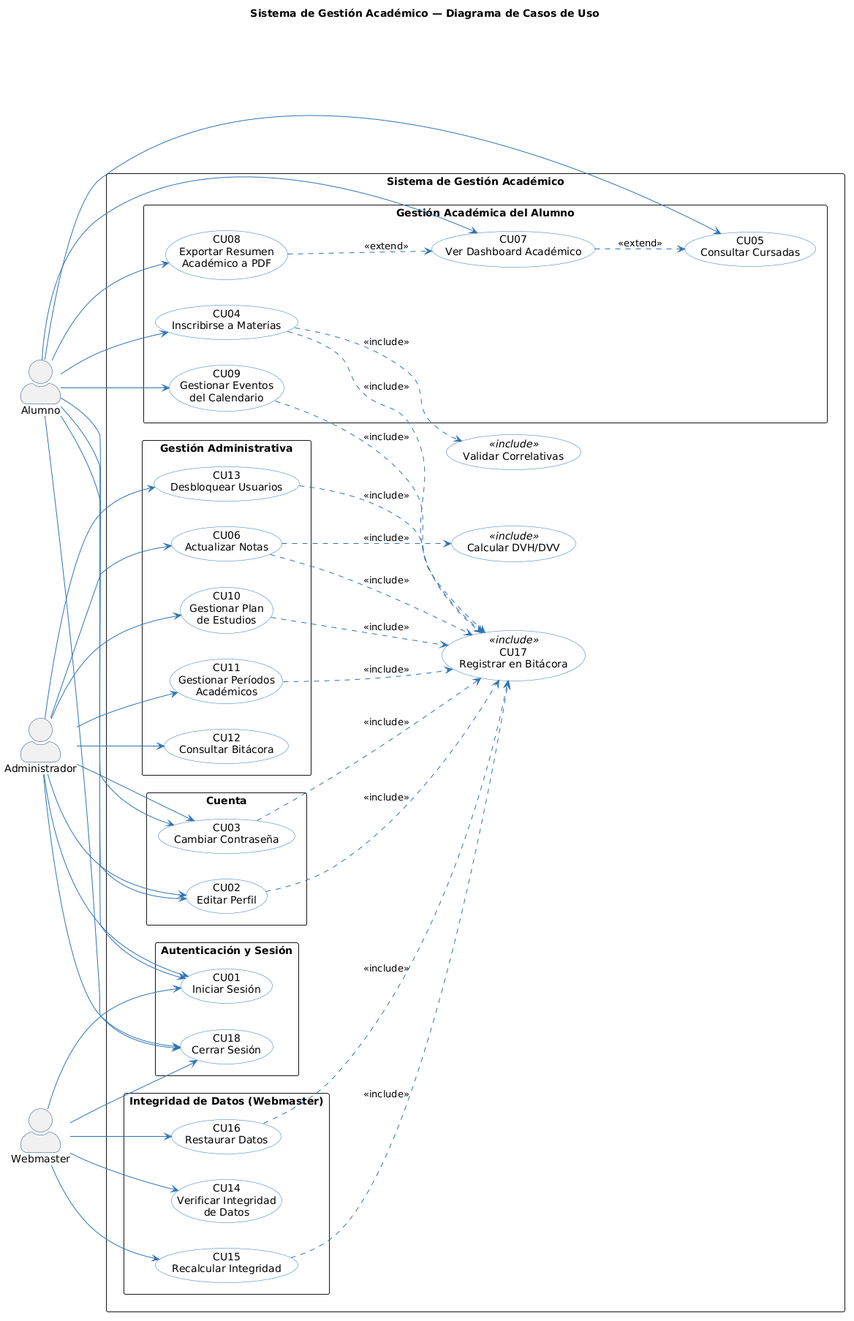
Earlier version of the PlantUML export DIAGRAMAS/CasosDeUso.png (Urrels/tpDYAWeb).
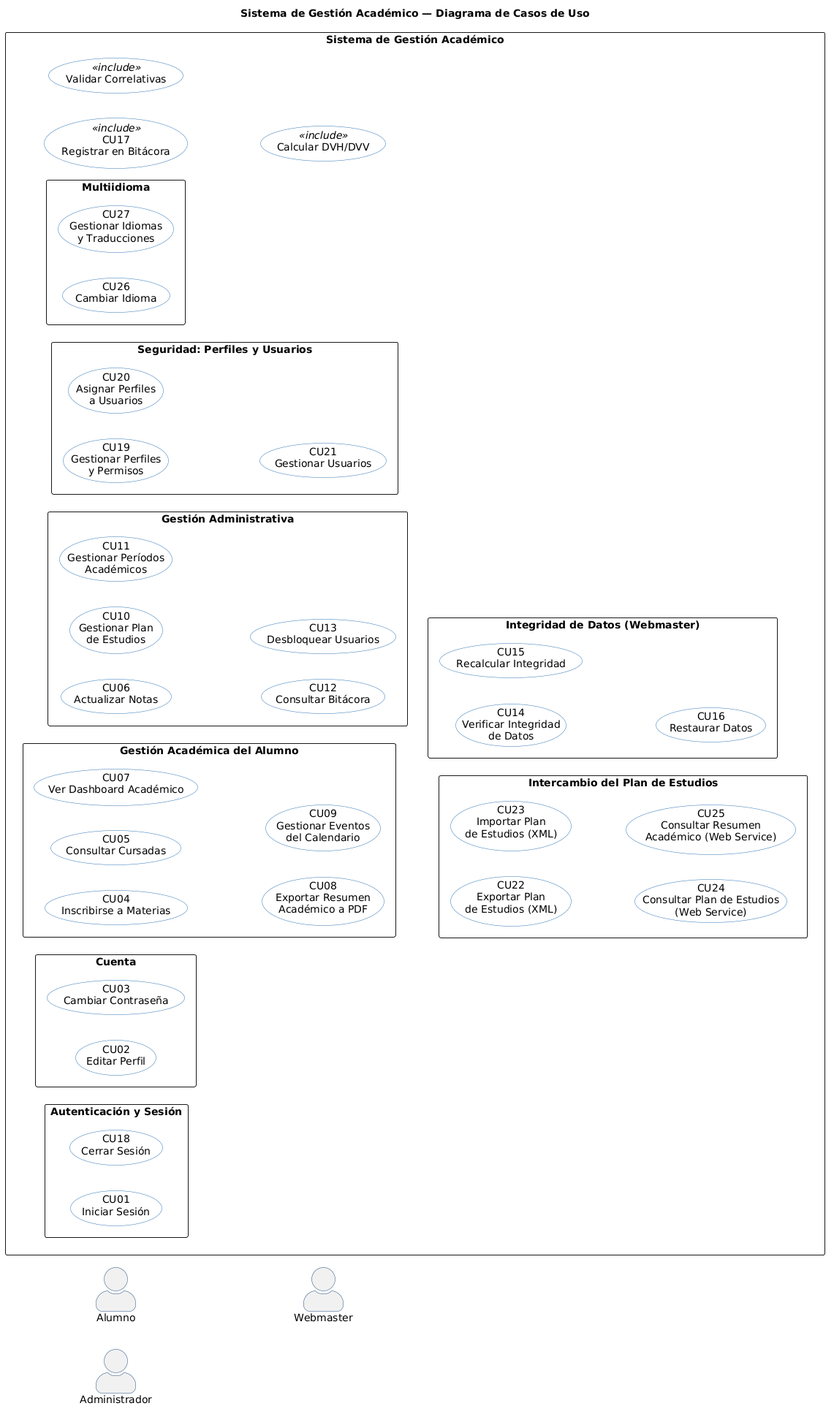
The same diagram one commit later.

The edit, as a diff of the source:
```diff
@@ -45,6 +45,24 @@
         usecase "CU13\nDesbloquear Usuarios" as CU13
     }
 
+    package "Seguridad: Perfiles y Usuarios" {
+        usecase "CU19\nGestionar Perfiles\ny Permisos" as CU19
+        usecase "CU20\nAsignar Perfiles\na Usuarios" as CU20
+        usecase "CU21\nGestionar Usuarios" as CU21
+    }
+
+    package "Intercambio del Plan de Estudios" {
+        usecase "CU22\nExportar Plan\nde Estudios (XML)" as CU22
+        usecase "CU23\nImportar Plan\nde Estudios (XML)" as CU23
+        usecase "CU24\nConsultar Plan de Estudios\n(Web Service)" as CU24
+        usecase "CU25\nConsultar Resumen\nAcadémico (Web Service)" as CU25
+    }
+
+    package "Multiidioma" {
+        usecase "CU26\nCambiar Idioma" as CU26
+        usecase "CU27\nGestionar Idiomas\ny Traducciones" as CU27
+    }
+
     package "Integridad de Datos (Webmaster)" {
         usecase "CU14\nVerificar Integridad\nde Datos" as CU14
         usecase "CU15\nRecalcular Integridad" as CU15
@@ -54,47 +72,4 @@
     usecase "CU17\nRegistrar en Bitácora" as BITACORA <<include>>
     usecase "Validar Correlativas" as CORREL <<include>>
     usecase "Calcular DVH/DVV" as DVV <<include>>
-}
-
-A --> CU01
-A --> CU02
-A --> CU03
-A --> CU04
-A --> CU05
-A --> CU07
-A --> CU08
-A --> CU09
-A --> CU18
-
-ADM --> CU01
-ADM --> CU02
-ADM --> CU03
-ADM --> CU06
-ADM --> CU10
-ADM --> CU11
-ADM --> CU12
-ADM --> CU13
-ADM --> CU18
-
-WM --> CU01
-WM --> CU14
-WM --> CU15
-WM --> CU16
-WM --> CU18
-
-CU02 ..> BITACORA : <<include>>
-CU03 ..> BITACORA : <<include>>
-CU04 ..> BITACORA : <<include>>
-CU04 ..> CORREL   : <<include>>
-CU06 ..> BITACORA : <<include>>
-CU06 ..> DVV      : <<include>>
-CU09 ..> BITACORA : <<include>>
-CU10 ..> BITACORA : <<include>>
-CU11 ..> BITACORA : <<include>>
-CU13 ..> BITACORA : <<include>>
-CU15 ..> BITACORA : <<include>>
-CU16 ..> BITACORA : <<include>>
-
-CU07 ..> CU05 : <<extend>>
-CU08 ..> CU07 : <<extend>>
 @enduml
```
